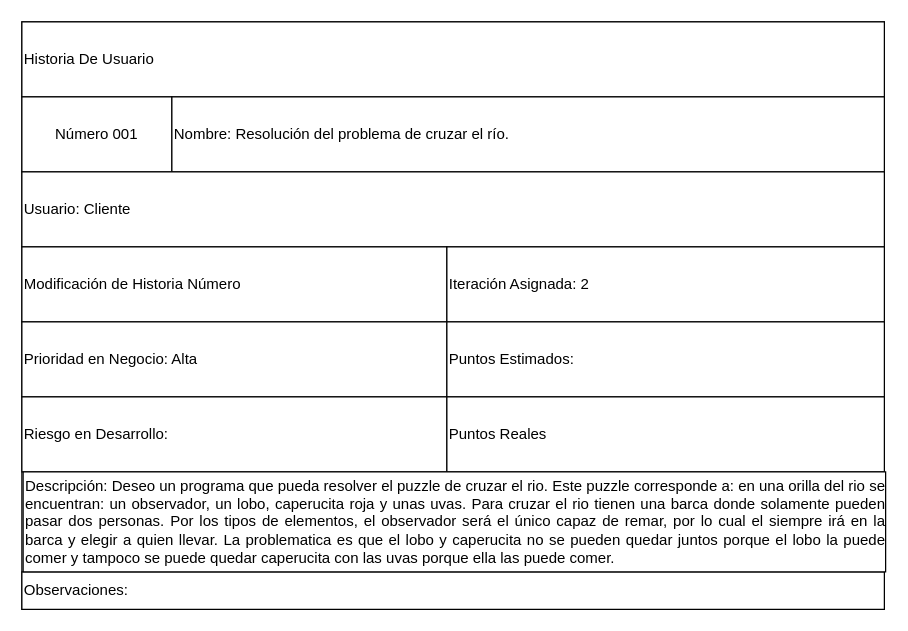
Earlier version of the draw.io diagram 01_Planeación/HistoriaDeUsuario.drawio (MJesusGonzalez/WorkShop01). Source tidied: cells renumbered, new cells numbered last; positions are measured from the earlier drawing's top-left corner, leaving out a move shared by most shapes. Both pictures are drawn from the tidied source at 125%, with x=0, y=0 at pixel (21, 21).
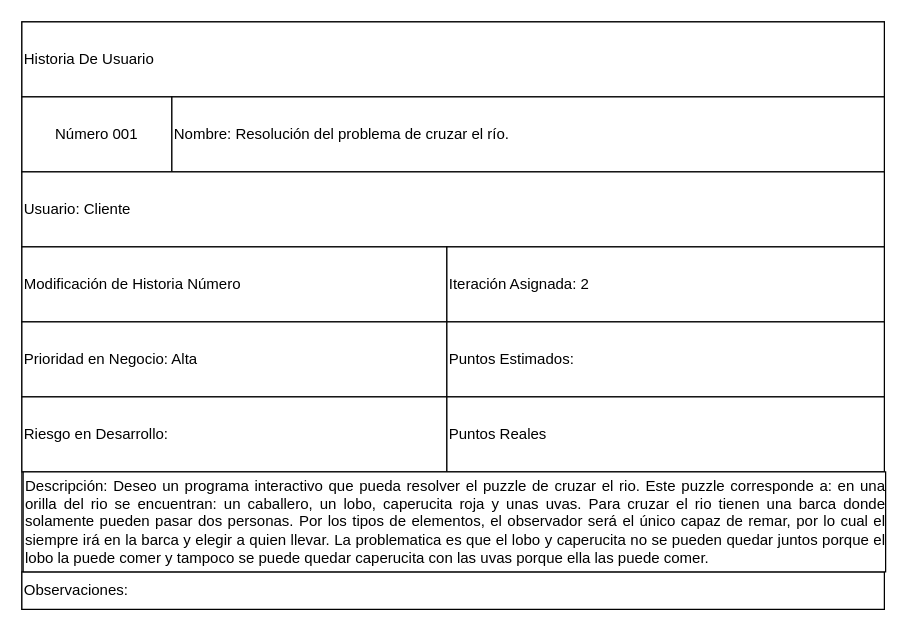
Above is the later version.

Commit message:
Adecuación a la historia de usuario

The edit, as a diff of the source:
```diff
@@
 <mxGraphModel>
   <root>
     <mxCell id="0" />
     <mxCell id="1" parent="0" />
     <mxCell id="2" style="rounded=0;whiteSpace=wrap;html=1;" parent="1" vertex="1">
       <mxGeometry width="690" height="470" as="geometry" />
     </mxCell>
     <mxCell id="3" value="&lt;div style=&quot;text-align: justify;&quot;&gt;&lt;span style=&quot;background-color: initial;&quot;&gt;Historia De Usuario&lt;/span&gt;&lt;/div&gt;" style="rounded=0;whiteSpace=wrap;html=1;align=left;" parent="1" vertex="1">
       <mxGeometry width="690" height="60" as="geometry" />
     </mxCell>
     <mxCell id="4" value="Número 001" style="rounded=0;whiteSpace=wrap;html=1;" parent="1" vertex="1">
       <mxGeometry y="60" width="120" height="60" as="geometry" />
     </mxCell>
     <mxCell id="5" value="&lt;div style=&quot;text-align: justify;&quot;&gt;&lt;span style=&quot;background-color: initial;&quot;&gt;Nombre: Resolución del problema de cruzar el río.&lt;/span&gt;&lt;/div&gt;" style="rounded=0;whiteSpace=wrap;html=1;align=left;" parent="1" vertex="1">
       <mxGeometry x="120" y="60" width="570" height="60" as="geometry" />
     </mxCell>
     <mxCell id="6" value="Usuario: Cliente" style="rounded=0;whiteSpace=wrap;html=1;align=left;" parent="1" vertex="1">
       <mxGeometry y="120" width="690" height="60" as="geometry" />
     </mxCell>
     <mxCell id="7" value="Modificación de Historia Número" style="rounded=0;whiteSpace=wrap;html=1;align=left;" parent="1" vertex="1">
       <mxGeometry y="180" width="340" height="60" as="geometry" />
     </mxCell>
     <mxCell id="8" value="Iteración Asignada: 2" style="rounded=0;whiteSpace=wrap;html=1;align=left;" parent="1" vertex="1">
       <mxGeometry x="340" y="180" width="350" height="60" as="geometry" />
     </mxCell>
     <mxCell id="9" value="Prioridad en Negocio: Alta" style="rounded=0;whiteSpace=wrap;html=1;align=left;" parent="1" vertex="1">
       <mxGeometry y="240" width="340" height="60" as="geometry" />
     </mxCell>
     <mxCell id="10" value="Puntos Estimados:&amp;nbsp;" style="rounded=0;whiteSpace=wrap;html=1;align=left;" parent="1" vertex="1">
       <mxGeometry x="340" y="240" width="350" height="60" as="geometry" />
     </mxCell>
     <mxCell id="11" value="Riesgo en Desarrollo:&amp;nbsp;" style="rounded=0;whiteSpace=wrap;html=1;align=left;" parent="1" vertex="1">
       <mxGeometry y="300" width="340" height="60" as="geometry" />
     </mxCell>
     <mxCell id="12" value="Puntos Reales" style="rounded=0;whiteSpace=wrap;html=1;align=left;" parent="1" vertex="1">
       <mxGeometry x="340" y="300" width="350" height="60" as="geometry" />
     </mxCell>
     <mxCell id="13" value="Observaciones:" style="rounded=0;whiteSpace=wrap;html=1;align=left;" parent="1" vertex="1">
       <mxGeometry y="440" width="690" height="30" as="geometry" />
     </mxCell>
-    <mxCell id="14" value="&lt;div style=&quot;text-align: justify;&quot;&gt;&lt;span style=&quot;background-color: initial;&quot;&gt;Descripción:&amp;nbsp;Deseo un programa que pueda resolver el puzzle de cruzar el rio. Este puzzle corresponde a: en una orilla del rio se encuentran: un observador, un lobo, caperucita roja y unas uvas. Para cruzar el rio tienen una barca donde solamente pueden pasar dos personas. Por los tipos de elementos, el observador será el único capaz de remar, por lo cual el siempre irá en la barca y elegir a quien llevar. La problematica es que el lobo y caperucita no se pueden quedar juntos porque el lobo la puede comer y tampoco se puede quedar caperucita con las uvas porque ella las puede comer.&lt;/span&gt;&lt;/div&gt;" style="rounded=0;whiteSpace=wrap;html=1;align=left;" parent="1" vertex="1">
+    <mxCell id="14" value="&lt;div style=&quot;text-align: justify;&quot;&gt;&lt;span style=&quot;background-color: initial;&quot;&gt;Descripción:&amp;nbsp;Deseo un programa interactivo que pueda resolver el puzzle de cruzar el rio. Este puzzle corresponde a: en una orilla del rio se encuentran: un caballero, un lobo, caperucita roja y unas uvas. Para cruzar el rio tienen una barca donde solamente pueden pasar dos personas. Por los tipos de elementos, el observador será el único capaz de remar, por lo cual el siempre irá en la barca y elegir a quien llevar. La problematica es que el lobo y caperucita no se pueden quedar juntos porque el lobo la puede comer y tampoco se puede quedar caperucita con las uvas porque ella las puede comer.&lt;/span&gt;&lt;/div&gt;" style="rounded=0;whiteSpace=wrap;html=1;align=left;" parent="1" vertex="1">
       <mxGeometry x="1" y="360" width="690" height="80" as="geometry" />
     </mxCell>
   </root>
 </mxGraphModel>
```
